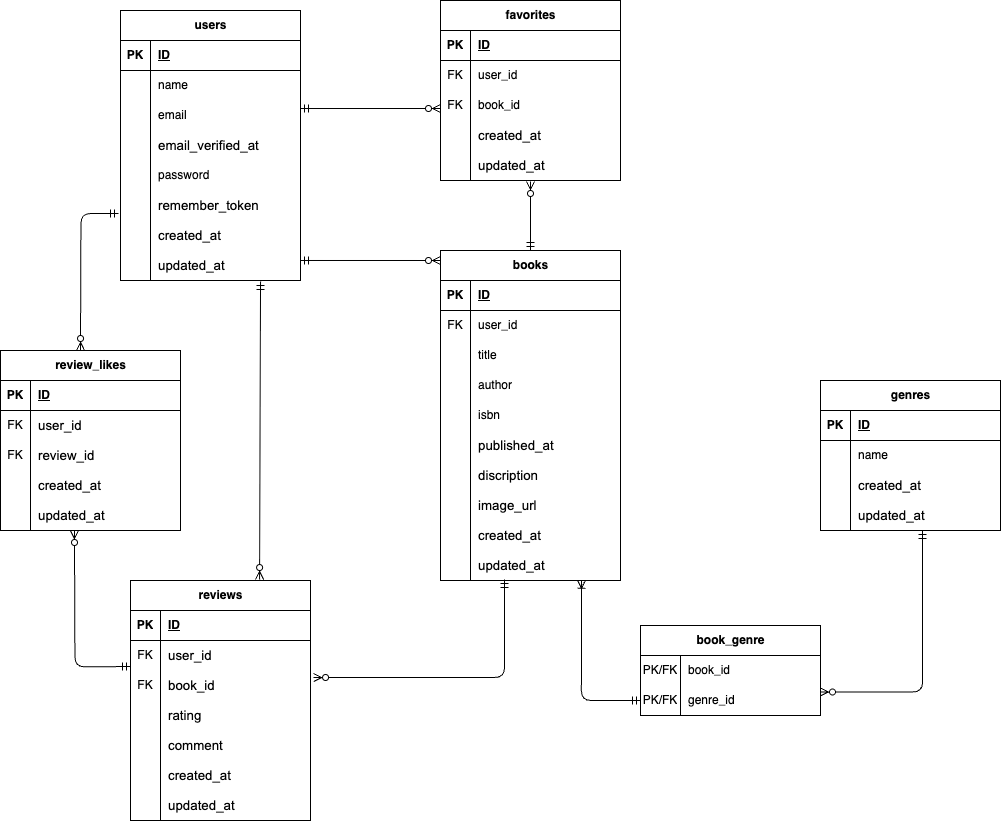
Above: app/docs/er.png in aokiaiko/bookshelf-app (draw.io), before the change. Source tidied: cells renumbered, new cells last; positions are measured from the earlier drawing's top-left corner, leaving out a move shared by most shapes.
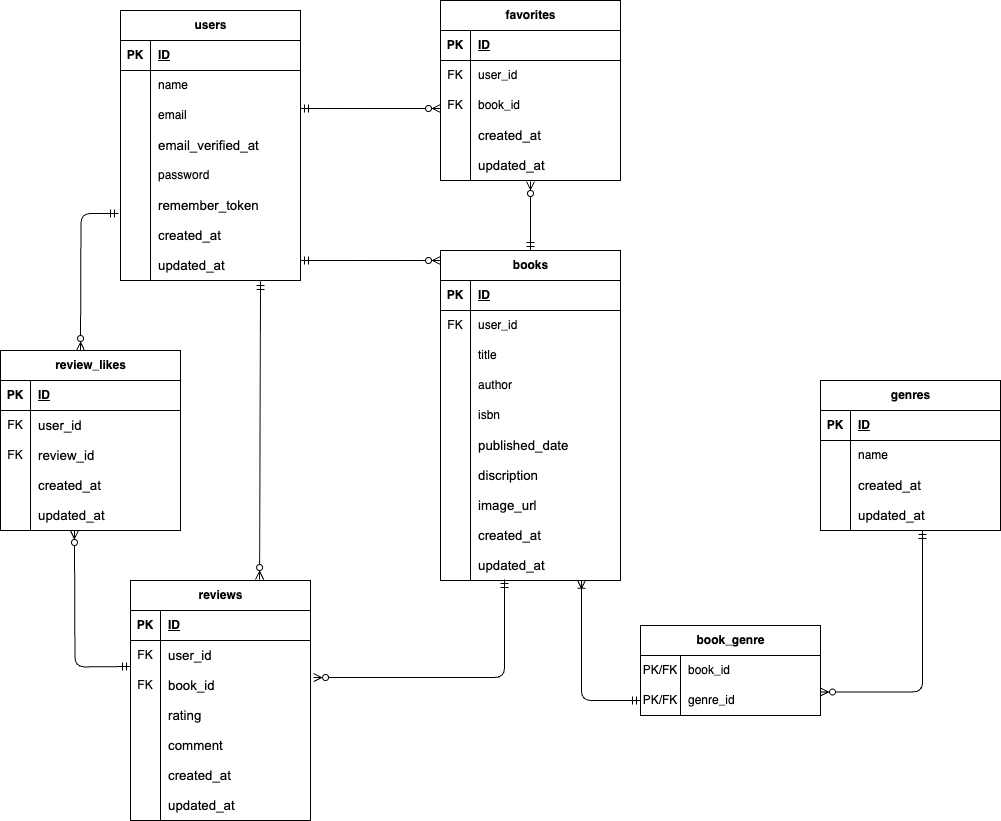
The same file after the commit.

Commit message:
ER図の出版日カラム名を修正

Change to the diagram source:
```diff
@@ -131,7 +131,7 @@
     <mxCell id="44" style="shape=partialRectangle;fillColor=none;top=0;left=0;bottom=0;right=0;overflow=hidden;whiteSpace=wrap;html=1;" parent="43" vertex="1">
       <mxGeometry width="30" height="30" as="geometry" />
     </mxCell>
-    <mxCell id="45" value="&lt;meta charset=&quot;utf-8&quot;&gt;&lt;span style=&quot;font-size:10pt;font-family:Arial;font-style:normal;&quot;&gt;published_at&lt;/span&gt;" style="shape=partialRectangle;fillColor=none;top=0;left=0;bottom=0;right=0;align=left;spacingLeft=6;overflow=hidden;whiteSpace=wrap;html=1;" parent="43" vertex="1">
+    <mxCell id="45" value="&lt;span style=&quot;font-size:10pt;font-family:Arial;font-style:normal;&quot;&gt;published_date&lt;/span&gt;" style="shape=partialRectangle;fillColor=none;top=0;left=0;bottom=0;right=0;align=left;spacingLeft=6;overflow=hidden;whiteSpace=wrap;html=1;" parent="43" vertex="1">
       <mxGeometry x="30" width="150" height="30" as="geometry" />
     </mxCell>
     <mxCell id="46" style="shape=tableRow;horizontal=0;startSize=0;swimlaneHead=0;swimlaneBody=0;fillColor=none;top=0;left=0;right=0;bottom=0;" parent="27" vertex="1">
```
